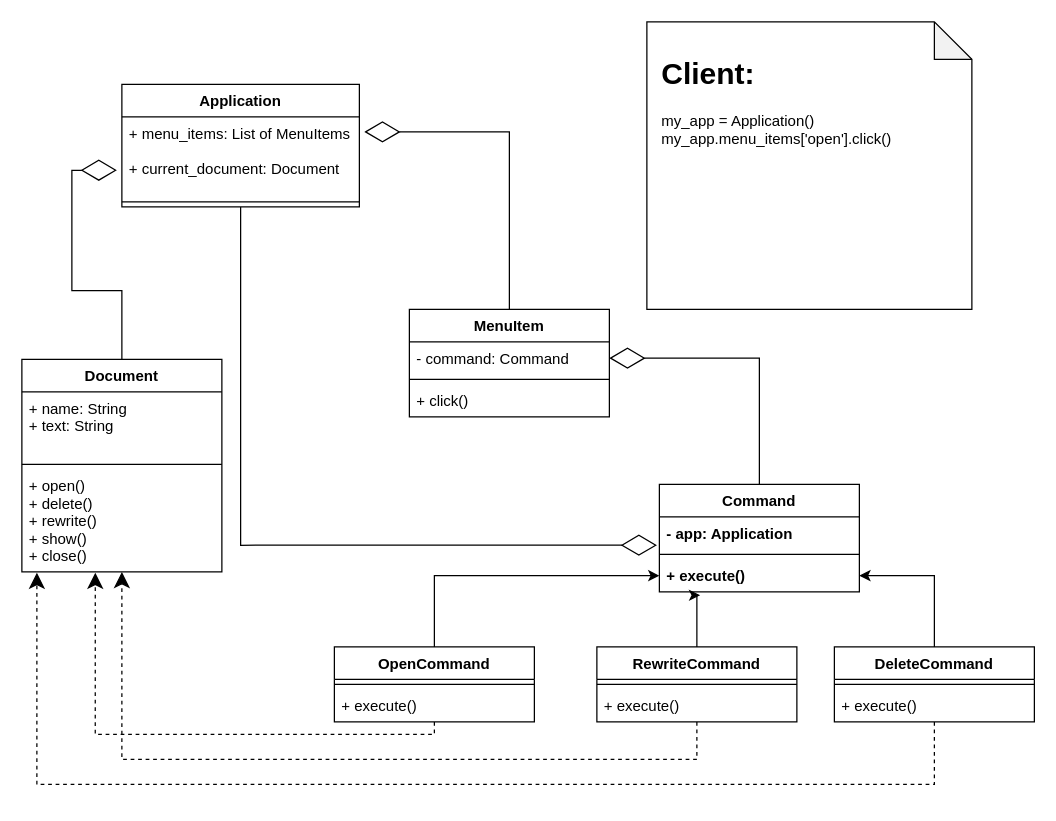
Earlier version of the draw.io diagram img/command.drawio (ElenaShargina/patterns). Source tidied: cells renumbered, new cells numbered last; positions are measured from the earlier drawing's top-left corner, leaving out a move shared by most shapes. Both pictures are drawn from the tidied source at 125%, with x=0, y=0 at pixel (21, 21).
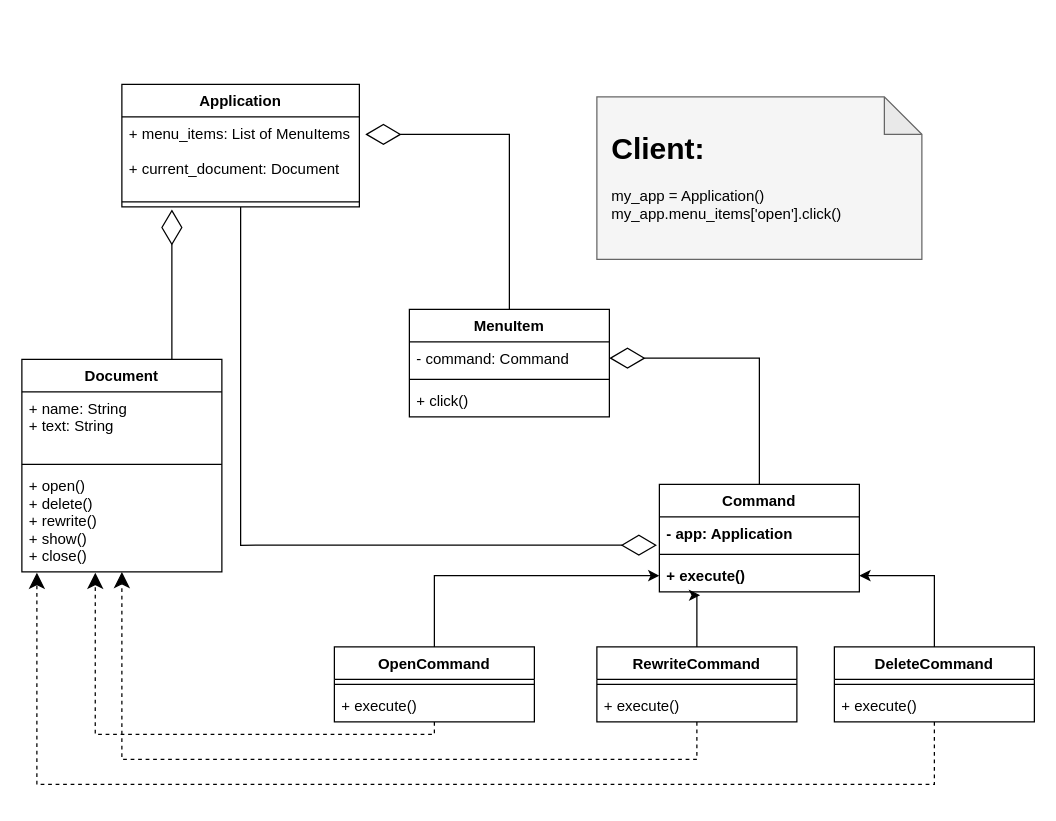
The same diagram, later.

Unchanged cells that the change refers to:
```xml
<mxCell id="4" value="+ menu_items: List of MenuItems&#10;&#10;+ current_document: Document" style="text;strokeColor=none;fillColor=none;align=left;verticalAlign=top;spacingLeft=4;spacingRight=4;overflow=hidden;points=[[0,0.5],[1,0.5]];portConstraint=eastwest;" parent="3" vertex="1">
  <mxGeometry y="26" width="190" height="64" as="geometry" />
</mxCell>
<mxCell id="7" value="MenuItem" style="swimlane;fontStyle=1;align=center;verticalAlign=top;horizontal=1;startSize=26;" parent="1" vertex="1">
  <mxGeometry x="310" y="230" width="160" height="86" as="geometry" />
</mxCell>
<mxCell id="31" value="Document" style="swimlane;fontStyle=1;align=center;verticalAlign=top;horizontal=1;startSize=26;" parent="1" vertex="1">
  <mxGeometry y="270" width="160" height="170" as="geometry" />
</mxCell>
```

What changed in the source:
```diff
@@
-    <mxCell id="6" style="edgeStyle=orthogonalEdgeStyle;rounded=0;jettySize=auto;html=1;entryX=1.021;entryY=0.188;entryDx=0;entryDy=0;entryPerimeter=0;strokeWidth=1;endArrow=diamondThin;endFill=0;endSize=26;" parent="1" edge="1" source="7" target="4">
+    <mxCell id="6" style="edgeStyle=orthogonalEdgeStyle;rounded=0;jettySize=auto;html=1;entryX=1.025;entryY=0.219;entryDx=0;entryDy=0;entryPerimeter=0;strokeWidth=1;endArrow=diamondThin;endFill=0;endSize=26;" parent="1" edge="1" source="7" target="4">
       <mxGeometry relative="1" as="geometry" />
     </mxCell>
@@
-    <mxCell id="30" style="edgeStyle=orthogonalEdgeStyle;rounded=0;jettySize=auto;html=1;entryX=-0.021;entryY=0.667;entryDx=0;entryDy=0;strokeWidth=1;endArrow=diamondThin;endFill=0;endSize=26;entryPerimeter=0;" parent="1" edge="1" source="31" target="4">
-      <mxGeometry relative="1" as="geometry" />
+    <mxCell id="30" style="edgeStyle=orthogonalEdgeStyle;rounded=0;jettySize=auto;html=1;strokeWidth=1;endArrow=diamondThin;endFill=0;endSize=26;exitX=0.75;exitY=0;exitDx=0;exitDy=0;" parent="1" edge="1" source="31">
+      <mxGeometry relative="1" as="geometry">
+        <mxPoint x="120" y="150" as="targetPoint" />
+      </mxGeometry>
     </mxCell>
@@
     <mxCell id="36" style="group;" parent="1" vertex="1">
-      <mxGeometry x="500" width="260" height="230" as="geometry" />
+      <mxGeometry x="460" y="60" width="260" height="230" as="geometry" />
     </mxCell>
-    <mxCell id="37" style="shape=note;whiteSpace=wrap;html=1;backgroundOutline=1;darkOpacity=0.05;" parent="36" vertex="1">
-      <mxGeometry width="260" height="230" as="geometry" />
+    <mxCell id="37" style="shape=note;whiteSpace=wrap;html=1;backgroundOutline=1;darkOpacity=0.05;fillColor=#f5f5f5;fontColor=#333333;strokeColor=#666666;" parent="36" vertex="1">
+      <mxGeometry width="260" height="130" as="geometry" />
     </mxCell>
```
